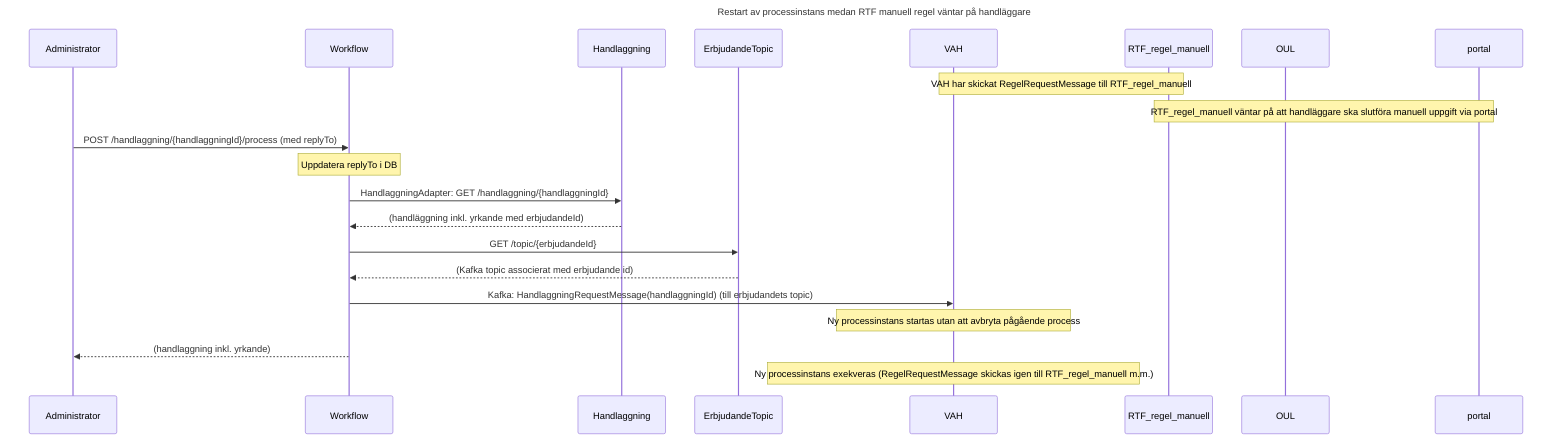
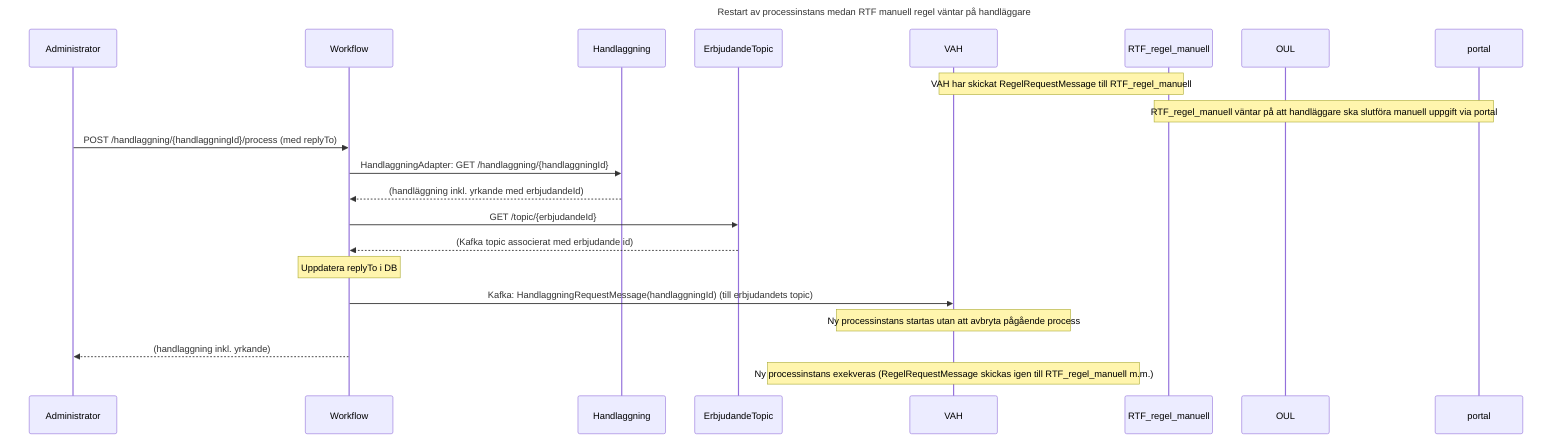
sequenceDiagram
    title Restart av processinstans medan RTF manuell regel väntar på handläggare
    participant Administrator
    participant Workflow
    participant Handlaggning
    participant ErbjudandeTopic
    participant VAH
    participant RTF_regel_manuell
    participant OUL
    participant portal

    note over VAH,RTF_regel_manuell: VAH har skickat RegelRequestMessage till RTF_regel_manuell
    note over RTF_regel_manuell,portal: RTF_regel_manuell väntar på att handläggare ska slutföra manuell uppgift via portal

    Administrator ->> Workflow: POST /handlaggning/{handlaggningId}/process (med replyTo)
-     note over Workflow: Uppdatera replyTo i DB
    Workflow ->> Handlaggning: HandlaggningAdapter: GET /handlaggning/{handlaggningId}
    Handlaggning -->> Workflow: (handläggning inkl. yrkande med erbjudandeId)
    Workflow ->> ErbjudandeTopic: GET /topic/{erbjudandeId}
    ErbjudandeTopic -->> Workflow: (Kafka topic associerat med erbjudande id)
+     note over Workflow: Uppdatera replyTo i DB
    Workflow ->> VAH: Kafka: HandlaggningRequestMessage(handlaggningId) (till erbjudandets topic)
    note over VAH: Ny processinstans startas utan att avbryta pågående process
    Workflow -->> Administrator: (handlaggning inkl. yrkande)

    note over VAH: Ny processinstans exekveras (RegelRequestMessage skickas igen till RTF_regel_manuell m.m.)